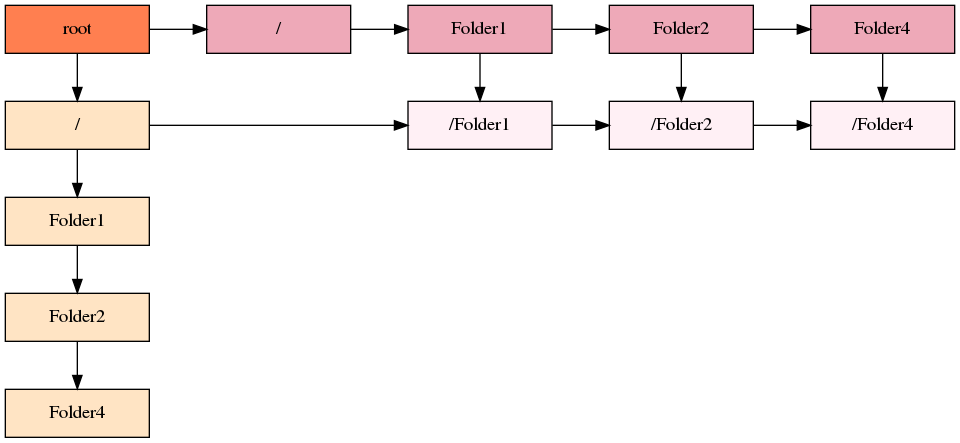
JPineda12/EDD_2S2019_PY2_201404405 keeps this Graphviz diagram as Reports/MatrizAdy.png. Above is the earlier version. Its source is kept beside it as Reports/MatrizAdy.dot.
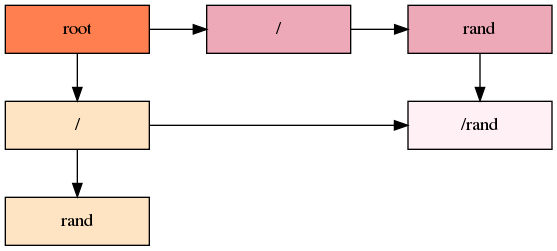
The same file after the commit.

Change to the diagram source:
```diff
@@ -5,47 +5,27 @@
     root[label = "root", width = 1.5, style = filled, fillcolor = coral, group = 0];
 
     Fila0 [label = "/" width = 1.5 style = filled, fillcolor = bisque1, group = 0];
-    Fila1 [label = "Folder1" width = 1.5 style = filled, fillcolor = bisque1, group = 0];
-    Fila2 [label = "Folder2" width = 1.5 style = filled, fillcolor = bisque1, group = 0];
-    Fila3 [label = "Folder4" width = 1.5 style = filled, fillcolor = bisque1, group = 0];
+    Fila1 [label = "rand" width = 1.5 style = filled, fillcolor = bisque1, group = 0];
 
     Fila0->Fila1
-    Fila1->Fila2
-    Fila2->Fila3
 
     Column0[label ="/" width = 1.5 style = filled, fillcolor = pink2, group = 1];
-    Column1[label ="Folder1" width = 1.5 style = filled, fillcolor = pink2, group = 2];
-    Column2[label ="Folder2" width = 1.5 style = filled, fillcolor = pink2, group = 3];
-    Column3[label ="Folder4" width = 1.5 style = filled, fillcolor = pink2, group = 4];
+    Column1[label ="rand" width = 1.5 style = filled, fillcolor = pink2, group = 2];
 
 
     Column0->Column1
-    Column1->Column2
-    Column2->Column3
 
-    {rank = same; root; Column0; Column1; Column2; Column3;};
+    {rank = same; root; Column0; Column1;};
 
     root->Column0;
     root->Fila0;
-    N1_F0 [label = "/Folder1" width = 1.5 group = 2 style = filled, fillcolor = lavenderblush1];
-    N2_F0 [label = "/Folder2" width = 1.5 group = 3 style = filled, fillcolor = lavenderblush1];
-    N3_F0 [label = "/Folder4" width = 1.5 group = 4 style = filled, fillcolor = lavenderblush1];
-
-
+    N1_F0 [label = "/rand" width = 1.5 group = 2 style = filled, fillcolor = lavenderblush1];
 
 
     Column1->N1_F0;
     Fila0->N1_F0;
-    N1_F0->N2_F0;
-    Column2->N2_F0;
-    N2_F0->N3_F0;
-    Column3->N3_F0;
-    {rank = same; Fila0; N1_F0; N2_F0; N3_F0; };
+    {rank = same; Fila0; N1_F0; };
 
     {rank = same; Fila1; };
 
-    {rank = same; Fila2; };
-
-    {rank = same; Fila3; };
-
 }
```
